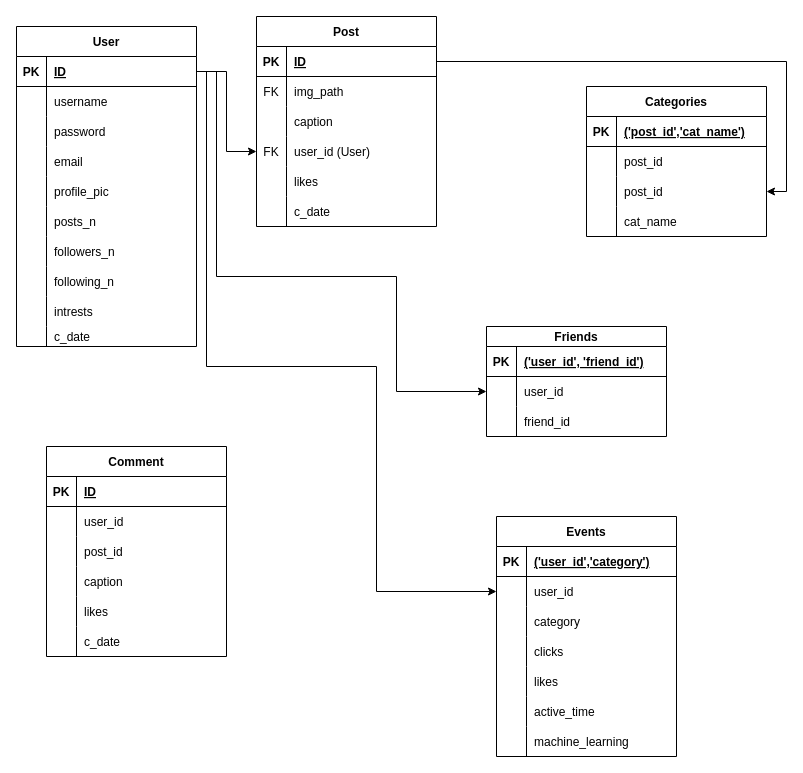
itaykbn/cyber-senior-project keeps this draw.io diagram as docs/imgs/sociocode_db.drawio. Above is the earlier version. Source tidied: cells renumbered, new cells numbered last; positions are measured from the earlier drawing's top-left corner, leaving out a move shared by most shapes. Both pictures are drawn from the tidied source at 100%, with x=0, y=0 at pixel (16, 16).
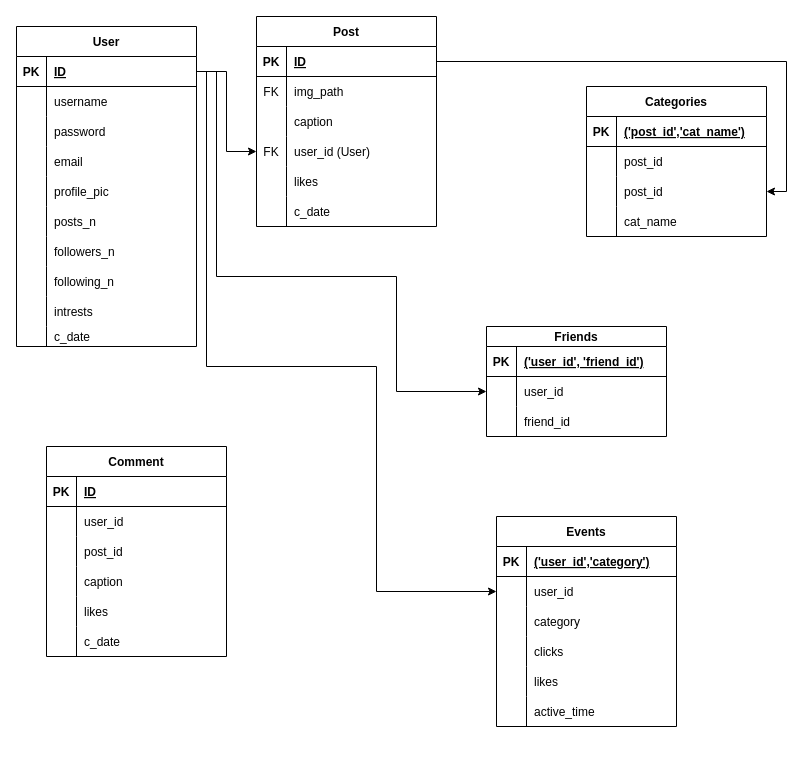
Above is the later version.

The edit, as a diff of the source:
```diff
@@
     <mxCell id="82" value="Events" style="shape=table;startSize=30;childLayout=tableLayout;rowLines=0;fontStyle=1;align=center;" parent="1" vertex="1">
-      <mxGeometry x="480" y="500" width="180" height="240" as="geometry" />
+      <mxGeometry x="480" y="500" width="180" height="210" as="geometry" />
     </mxCell>
@@
-    <mxCell id="101" style="shape=partialRectangle;fillColor=none;top=0;left=0;bottom=0;right=0;" parent="82" vertex="1">
-      <mxGeometry y="210" width="180" height="30" as="geometry" />
-    </mxCell>
-    <mxCell id="102" style="shape=partialRectangle;fillColor=none;top=0;left=0;bottom=0;right=0;overflow=hidden;" parent="101" vertex="1">
-      <mxGeometry width="30" height="30" as="geometry" />
-    </mxCell>
-    <mxCell id="103" value="machine_learning" style="shape=partialRectangle;fillColor=none;top=0;left=0;bottom=0;right=0;align=left;spacingLeft=6;overflow=hidden;" parent="101" vertex="1">
-      <mxGeometry x="30" width="150" height="30" as="geometry" />
-    </mxCell>
```
